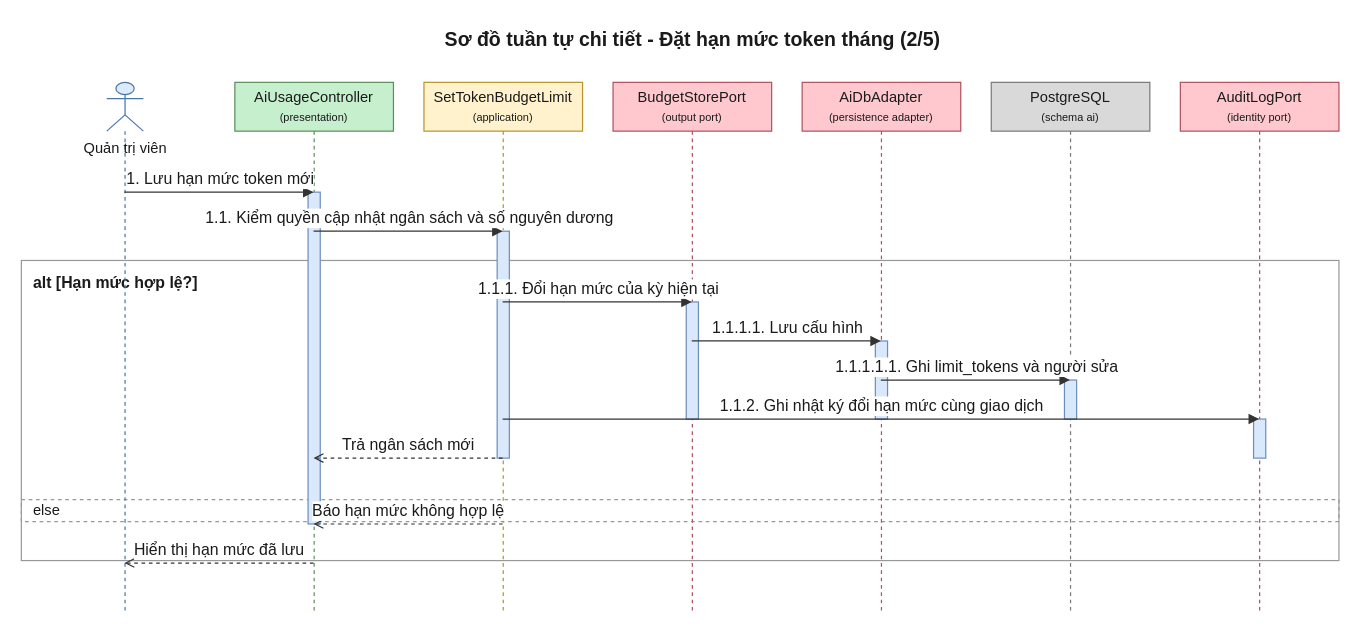
Before: 08-diagram/sequence/admin/sequence_admin_dat_ngan_sach_token_p1b.drawio in daiphu1801/PRJ_ALGOPREP, a draw.io diagram. Source tidied: cells renumbered, new cells numbered last; positions are measured from the earlier drawing's top-left corner, leaving out a move shared by most shapes. Both pictures are drawn from the tidied source at 122%, with x=0, y=0 at pixel (21, 21).
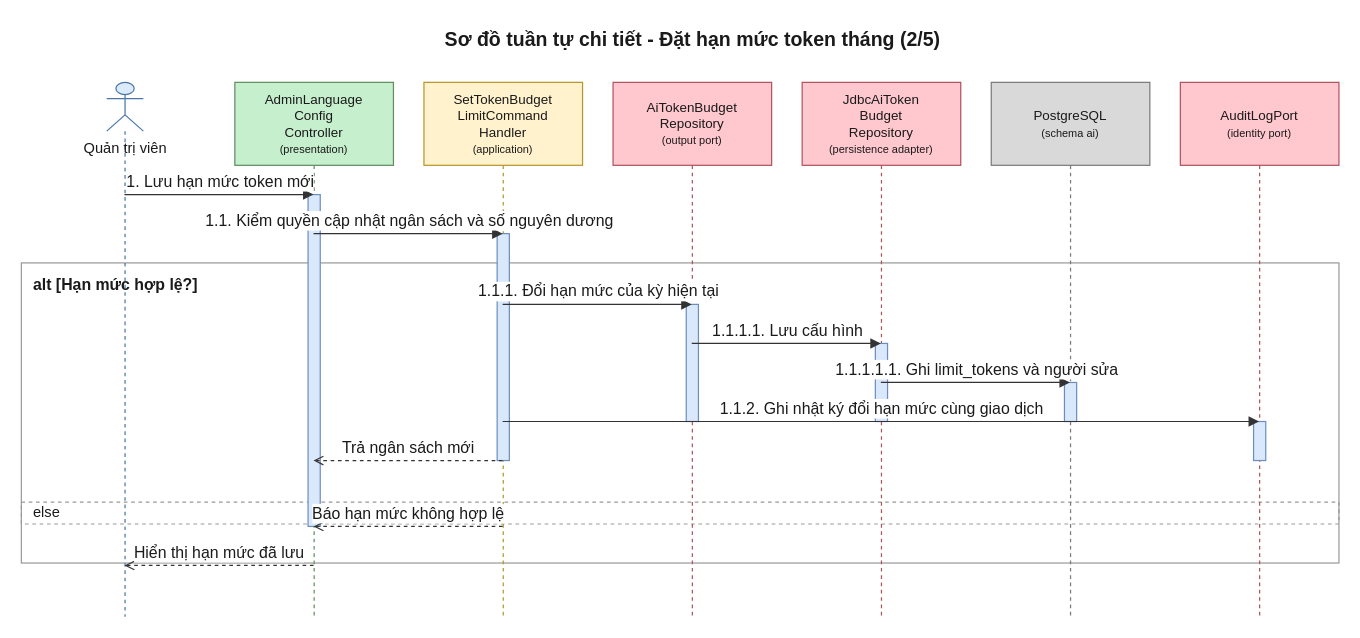
The same diagram, later.

The edit, as a diff of the source:
```diff
@@
     <mxCell id="3" value="alt [Hạn mức hợp lệ?]" style="algoprep=alt;rounded=0;whiteSpace=wrap;html=1;fillColor=none;strokeColor=#999999;verticalAlign=top;align=left;spacingLeft=8;spacingTop=4;fontColor=#1A1A1A;fontSize=13;fontStyle=1;dashed=0;" parent="1" vertex="1">
-      <mxGeometry y="196" width="1080" height="246" as="geometry" />
+      <mxGeometry y="198" width="1080" height="246" as="geometry" />
     </mxCell>
     <mxCell id="4" value="else" style="text;html=1;dashed=1;strokeColor=#999999;fillColor=none;align=left;verticalAlign=middle;spacingLeft=8;fontColor=#1A1A1A;fontSize=12;" parent="1" vertex="1">
-      <mxGeometry y="392" width="1080" height="18" as="geometry" />
+      <mxGeometry y="394" width="1080" height="18" as="geometry" />
     </mxCell>
     <mxCell id="5" value="Quản trị viên" style="shape=umlLifeline;participant=umlActor;perimeter=lifelinePerimeter;html=1;outlineConnect=0;size=40;verticalAlign=top;spacingTop=40;fillColor=#DCEBFC;strokeColor=#4A76A8;fontColor=#1A1A1A;" parent="1" vertex="1">
-      <mxGeometry x="70" y="50" width="30" height="436" as="geometry" />
+      <mxGeometry x="70" y="50" width="30" height="438" as="geometry" />
     </mxCell>
-    <mxCell id="6" value="AiUsageController&lt;br&gt;&lt;font style=&quot;font-size:9px&quot;&gt;(presentation)&lt;/font&gt;" style="shape=umlLifeline;perimeter=lifelinePerimeter;whiteSpace=wrap;html=1;outlineConnect=0;size=40;fillColor=#C6EFCE;strokeColor=#5E8E5E;fontColor=#1A1A1A;" parent="1" vertex="1">
-      <mxGeometry x="175" y="50" width="130" height="436" as="geometry" />
+    <mxCell id="6" value="AdminLanguage&lt;br&gt;Config&lt;br&gt;Controller&lt;br&gt;&lt;font style=&quot;font-size:9px&quot;&gt;(presentation)&lt;/font&gt;" style="shape=umlLifeline;perimeter=lifelinePerimeter;whiteSpace=wrap;html=1;outlineConnect=0;size=68;fontSize=11;fillColor=#C6EFCE;strokeColor=#5E8E5E;fontColor=#1A1A1A;" parent="1" vertex="1">
+      <mxGeometry x="175" y="50" width="130" height="438" as="geometry" />
     </mxCell>
-    <mxCell id="7" value="SetTokenBudgetLimit&lt;br&gt;&lt;font style=&quot;font-size:9px&quot;&gt;(application)&lt;/font&gt;" style="shape=umlLifeline;perimeter=lifelinePerimeter;whiteSpace=wrap;html=1;outlineConnect=0;size=40;fillColor=#FFF2CC;strokeColor=#B8952A;fontColor=#1A1A1A;" parent="1" vertex="1">
-      <mxGeometry x="330" y="50" width="130" height="436" as="geometry" />
+    <mxCell id="7" value="SetTokenBudget&lt;br&gt;LimitCommand&lt;br&gt;Handler&lt;br&gt;&lt;font style=&quot;font-size:9px&quot;&gt;(application)&lt;/font&gt;" style="shape=umlLifeline;perimeter=lifelinePerimeter;whiteSpace=wrap;html=1;outlineConnect=0;size=68;fontSize=11;fillColor=#FFF2CC;strokeColor=#B8952A;fontColor=#1A1A1A;" parent="1" vertex="1">
+      <mxGeometry x="330" y="50" width="130" height="438" as="geometry" />
     </mxCell>
-    <mxCell id="8" value="BudgetStorePort&lt;br&gt;&lt;font style=&quot;font-size:9px&quot;&gt;(output port)&lt;/font&gt;" style="shape=umlLifeline;perimeter=lifelinePerimeter;whiteSpace=wrap;html=1;outlineConnect=0;size=40;fillColor=#FFC7CE;strokeColor=#B0525E;fontColor=#1A1A1A;" parent="1" vertex="1">
-      <mxGeometry x="485" y="50" width="130" height="436" as="geometry" />
+    <mxCell id="8" value="AiTokenBudget&lt;br&gt;Repository&lt;br&gt;&lt;font style=&quot;font-size:9px&quot;&gt;(output port)&lt;/font&gt;" style="shape=umlLifeline;perimeter=lifelinePerimeter;whiteSpace=wrap;html=1;outlineConnect=0;size=68;fontSize=11;fillColor=#FFC7CE;strokeColor=#B0525E;fontColor=#1A1A1A;" parent="1" vertex="1">
+      <mxGeometry x="485" y="50" width="130" height="438" as="geometry" />
     </mxCell>
-    <mxCell id="9" value="AiDbAdapter&lt;br&gt;&lt;font style=&quot;font-size:9px&quot;&gt;(persistence adapter)&lt;/font&gt;" style="shape=umlLifeline;perimeter=lifelinePerimeter;whiteSpace=wrap;html=1;outlineConnect=0;size=40;fillColor=#FFC7CE;strokeColor=#B0525E;fontColor=#1A1A1A;" parent="1" vertex="1">
-      <mxGeometry x="640" y="50" width="130" height="436" as="geometry" />
+    <mxCell id="9" value="JdbcAiToken&lt;br&gt;Budget&lt;br&gt;Repository&lt;br&gt;&lt;font style=&quot;font-size:9px&quot;&gt;(persistence adapter)&lt;/font&gt;" style="shape=umlLifeline;perimeter=lifelinePerimeter;whiteSpace=wrap;html=1;outlineConnect=0;size=68;fontSize=11;fillColor=#FFC7CE;strokeColor=#B0525E;fontColor=#1A1A1A;" parent="1" vertex="1">
+      <mxGeometry x="640" y="50" width="130" height="438" as="geometry" />
     </mxCell>
-    <mxCell id="10" value="PostgreSQL&lt;br&gt;&lt;font style=&quot;font-size:9px&quot;&gt;(schema ai)&lt;/font&gt;" style="shape=umlLifeline;perimeter=lifelinePerimeter;whiteSpace=wrap;html=1;outlineConnect=0;size=40;fillColor=#D9D9D9;strokeColor=#7A7A7A;fontColor=#1A1A1A;" parent="1" vertex="1">
-      <mxGeometry x="795" y="50" width="130" height="436" as="geometry" />
+    <mxCell id="10" value="PostgreSQL&lt;br&gt;&lt;font style=&quot;font-size:9px&quot;&gt;(schema ai)&lt;/font&gt;" style="shape=umlLifeline;perimeter=lifelinePerimeter;whiteSpace=wrap;html=1;outlineConnect=0;size=68;fontSize=11;fillColor=#D9D9D9;strokeColor=#7A7A7A;fontColor=#1A1A1A;" parent="1" vertex="1">
+      <mxGeometry x="795" y="50" width="130" height="438" as="geometry" />
     </mxCell>
-    <mxCell id="11" value="AuditLogPort&lt;br&gt;&lt;font style=&quot;font-size:9px&quot;&gt;(identity port)&lt;/font&gt;" style="shape=umlLifeline;perimeter=lifelinePerimeter;whiteSpace=wrap;html=1;outlineConnect=0;size=40;fillColor=#FFC7CE;strokeColor=#B0525E;fontColor=#1A1A1A;" parent="1" vertex="1">
-      <mxGeometry x="950" y="50" width="130" height="436" as="geometry" />
+    <mxCell id="11" value="AuditLogPort&lt;br&gt;&lt;font style=&quot;font-size:9px&quot;&gt;(identity port)&lt;/font&gt;" style="shape=umlLifeline;perimeter=lifelinePerimeter;whiteSpace=wrap;html=1;outlineConnect=0;size=68;fontSize=11;fillColor=#FFC7CE;strokeColor=#B0525E;fontColor=#1A1A1A;" parent="1" vertex="1">
+      <mxGeometry x="950" y="50" width="130" height="438" as="geometry" />
     </mxCell>
     <mxCell id="12" style="html=1;perimeter=orthogonalPerimeter;targetShapes=umlLifeline;fillColor=#DAE8FC;strokeColor=#6C8EBF;" parent="10" vertex="1">
-      <mxGeometry x="60" y="244" width="10" height="32" as="geometry" />
+      <mxGeometry x="60" y="246" width="10" height="32" as="geometry" />
     </mxCell>
     <mxCell id="13" style="html=1;perimeter=orthogonalPerimeter;targetShapes=umlLifeline;fillColor=#DAE8FC;strokeColor=#6C8EBF;" parent="9" vertex="1">
-      <mxGeometry x="60" y="212" width="10" height="64" as="geometry" />
+      <mxGeometry x="60" y="214" width="10" height="64" as="geometry" />
     </mxCell>
     <mxCell id="14" style="html=1;perimeter=orthogonalPerimeter;targetShapes=umlLifeline;fillColor=#DAE8FC;strokeColor=#6C8EBF;" parent="8" vertex="1">
-      <mxGeometry x="60" y="180" width="10" height="96" as="geometry" />
+      <mxGeometry x="60" y="182" width="10" height="96" as="geometry" />
     </mxCell>
     <mxCell id="15" style="html=1;perimeter=orthogonalPerimeter;targetShapes=umlLifeline;fillColor=#DAE8FC;strokeColor=#6C8EBF;" parent="11" vertex="1">
-      <mxGeometry x="60" y="276" width="10" height="32" as="geometry" />
+      <mxGeometry x="60" y="278" width="10" height="32" as="geometry" />
     </mxCell>
     <mxCell id="16" style="html=1;perimeter=orthogonalPerimeter;targetShapes=umlLifeline;fillColor=#DAE8FC;strokeColor=#6C8EBF;" parent="7" vertex="1">
-      <mxGeometry x="60" y="122" width="10" height="186" as="geometry" />
+      <mxGeometry x="60" y="124" width="10" height="186" as="geometry" />
     </mxCell>
     <mxCell id="17" style="html=1;perimeter=orthogonalPerimeter;targetShapes=umlLifeline;fillColor=#DAE8FC;strokeColor=#6C8EBF;" parent="6" vertex="1">
-      <mxGeometry x="60" y="90" width="10" height="272" as="geometry" />
+      <mxGeometry x="60" y="92" width="10" height="272" as="geometry" />
     </mxCell>
-    <mxCell id="18" value="1. Lưu hạn mức token mới" style="edgeStyle=none;html=1;endArrow=block;endFill=1;strokeColor=#333333;fontColor=#1A1A1A;fontSize=13;verticalAlign=bottom;exitX=0.5;exitY=0.2064;exitDx=0;exitDy=0;entryX=0.5;entryY=0.2064;entryDx=0;entryDy=0;" parent="1" edge="1" source="5" target="6">
+    <mxCell id="18" value="1. Lưu hạn mức token mới" style="edgeStyle=none;html=1;endArrow=block;endFill=1;strokeColor=#333333;fontColor=#1A1A1A;fontSize=13;verticalAlign=bottom;exitX=0.5;exitY=0.2100;exitDx=0;exitDy=0;entryX=0.5;entryY=0.2100;entryDx=0;entryDy=0;" parent="1" edge="1" source="5" target="6">
       <mxGeometry relative="1" as="geometry" />
     </mxCell>
-    <mxCell id="19" value="1.1. Kiểm quyền cập nhật ngân sách và số nguyên dương" style="edgeStyle=none;html=1;endArrow=block;endFill=1;strokeColor=#333333;fontColor=#1A1A1A;fontSize=13;verticalAlign=bottom;exitX=0.5;exitY=0.2798;exitDx=0;exitDy=0;entryX=0.5;entryY=0.2798;entryDx=0;entryDy=0;" parent="1" edge="1" source="6" target="7">
+    <mxCell id="19" value="1.1. Kiểm quyền cập nhật ngân sách và số nguyên dương" style="edgeStyle=none;html=1;endArrow=block;endFill=1;strokeColor=#333333;fontColor=#1A1A1A;fontSize=13;verticalAlign=bottom;exitX=0.5;exitY=0.2831;exitDx=0;exitDy=0;entryX=0.5;entryY=0.2831;entryDx=0;entryDy=0;" parent="1" edge="1" source="6" target="7">
       <mxGeometry relative="1" as="geometry" />
     </mxCell>
-    <mxCell id="20" value="1.1.1. Đổi hạn mức của kỳ hiện tại" style="edgeStyle=none;html=1;endArrow=block;endFill=1;strokeColor=#333333;fontColor=#1A1A1A;fontSize=13;verticalAlign=bottom;exitX=0.5;exitY=0.4128;exitDx=0;exitDy=0;entryX=0.5;entryY=0.4128;entryDx=0;entryDy=0;" parent="1" edge="1" source="7" target="8">
+    <mxCell id="20" value="1.1.1. Đổi hạn mức của kỳ hiện tại" style="edgeStyle=none;html=1;endArrow=block;endFill=1;strokeColor=#333333;fontColor=#1A1A1A;fontSize=13;verticalAlign=bottom;exitX=0.5;exitY=0.4155;exitDx=0;exitDy=0;entryX=0.5;entryY=0.4155;entryDx=0;entryDy=0;" parent="1" edge="1" source="7" target="8">
       <mxGeometry relative="1" as="geometry" />
     </mxCell>
-    <mxCell id="21" value="1.1.1.1. Lưu cấu hình" style="edgeStyle=none;html=1;endArrow=block;endFill=1;strokeColor=#333333;fontColor=#1A1A1A;fontSize=13;verticalAlign=bottom;exitX=0.5;exitY=0.4862;exitDx=0;exitDy=0;entryX=0.5;entryY=0.4862;entryDx=0;entryDy=0;" parent="1" edge="1" source="8" target="9">
+    <mxCell id="21" value="1.1.1.1. Lưu cấu hình" style="edgeStyle=none;html=1;endArrow=block;endFill=1;strokeColor=#333333;fontColor=#1A1A1A;fontSize=13;verticalAlign=bottom;exitX=0.5;exitY=0.4886;exitDx=0;exitDy=0;entryX=0.5;entryY=0.4886;entryDx=0;entryDy=0;" parent="1" edge="1" source="8" target="9">
       <mxGeometry relative="1" as="geometry" />
     </mxCell>
-    <mxCell id="22" value="1.1.1.1.1. Ghi limit_tokens và người sửa" style="edgeStyle=none;html=1;endArrow=block;endFill=1;strokeColor=#333333;fontColor=#1A1A1A;fontSize=13;verticalAlign=bottom;exitX=0.5;exitY=0.5596;exitDx=0;exitDy=0;entryX=0.5;entryY=0.5596;entryDx=0;entryDy=0;" parent="1" edge="1" source="9" target="10">
+    <mxCell id="22" value="1.1.1.1.1. Ghi limit_tokens và người sửa" style="edgeStyle=none;html=1;endArrow=block;endFill=1;strokeColor=#333333;fontColor=#1A1A1A;fontSize=13;verticalAlign=bottom;exitX=0.5;exitY=0.5616;exitDx=0;exitDy=0;entryX=0.5;entryY=0.5616;entryDx=0;entryDy=0;" parent="1" edge="1" source="9" target="10">
       <mxGeometry relative="1" as="geometry" />
     </mxCell>
-    <mxCell id="23" value="1.1.2. Ghi nhật ký đổi hạn mức cùng giao dịch" style="edgeStyle=none;html=1;endArrow=block;endFill=1;strokeColor=#333333;fontColor=#1A1A1A;fontSize=13;verticalAlign=bottom;exitX=0.5;exitY=0.6330;exitDx=0;exitDy=0;entryX=0.5;entryY=0.6330;entryDx=0;entryDy=0;" parent="1" edge="1" source="7" target="11">
+    <mxCell id="23" value="1.1.2. Ghi nhật ký đổi hạn mức cùng giao dịch" style="edgeStyle=none;html=1;endArrow=block;endFill=1;strokeColor=#333333;fontColor=#1A1A1A;fontSize=13;verticalAlign=bottom;exitX=0.5;exitY=0.6347;exitDx=0;exitDy=0;entryX=0.5;entryY=0.6347;entryDx=0;entryDy=0;" parent="1" edge="1" source="7" target="11">
       <mxGeometry relative="1" as="geometry" />
     </mxCell>
-    <mxCell id="24" value="Trả ngân sách mới" style="edgeStyle=none;html=1;endArrow=open;endFill=0;dashed=1;strokeColor=#333333;fontColor=#1A1A1A;fontSize=13;verticalAlign=bottom;exitX=0.5;exitY=0.7064;exitDx=0;exitDy=0;entryX=0.5;entryY=0.7064;entryDx=0;entryDy=0;" parent="1" edge="1" source="7" target="6">
+    <mxCell id="24" value="Trả ngân sách mới" style="edgeStyle=none;html=1;endArrow=open;endFill=0;dashed=1;strokeColor=#333333;fontColor=#1A1A1A;fontSize=13;verticalAlign=bottom;exitX=0.5;exitY=0.7078;exitDx=0;exitDy=0;entryX=0.5;entryY=0.7078;entryDx=0;entryDy=0;" parent="1" edge="1" source="7" target="6">
       <mxGeometry relative="1" as="geometry" />
     </mxCell>
-    <mxCell id="25" value="Báo hạn mức không hợp lệ" style="edgeStyle=none;html=1;endArrow=open;endFill=0;dashed=1;strokeColor=#333333;fontColor=#1A1A1A;fontSize=13;verticalAlign=bottom;exitX=0.5;exitY=0.8303;exitDx=0;exitDy=0;entryX=0.5;entryY=0.8303;entryDx=0;entryDy=0;" parent="1" edge="1" source="7" target="6">
+    <mxCell id="25" value="Báo hạn mức không hợp lệ" style="edgeStyle=none;html=1;endArrow=open;endFill=0;dashed=1;strokeColor=#333333;fontColor=#1A1A1A;fontSize=13;verticalAlign=bottom;exitX=0.5;exitY=0.8311;exitDx=0;exitDy=0;entryX=0.5;entryY=0.8311;entryDx=0;entryDy=0;" parent="1" edge="1" source="7" target="6">
       <mxGeometry relative="1" as="geometry" />
     </mxCell>
-    <mxCell id="26" value="Hiển thị hạn mức đã lưu" style="edgeStyle=none;html=1;endArrow=open;endFill=0;dashed=1;strokeColor=#333333;fontColor=#1A1A1A;fontSize=13;verticalAlign=bottom;exitX=0.5;exitY=0.9037;exitDx=0;exitDy=0;entryX=0.5;entryY=0.9037;entryDx=0;entryDy=0;" parent="1" edge="1" source="6" target="5">
+    <mxCell id="26" value="Hiển thị hạn mức đã lưu" style="edgeStyle=none;html=1;endArrow=open;endFill=0;dashed=1;strokeColor=#333333;fontColor=#1A1A1A;fontSize=13;verticalAlign=bottom;exitX=0.5;exitY=0.9041;exitDx=0;exitDy=0;entryX=0.5;entryY=0.9041;entryDx=0;entryDy=0;" parent="1" edge="1" source="6" target="5">
       <mxGeometry relative="1" as="geometry" />
     </mxCell>
```
